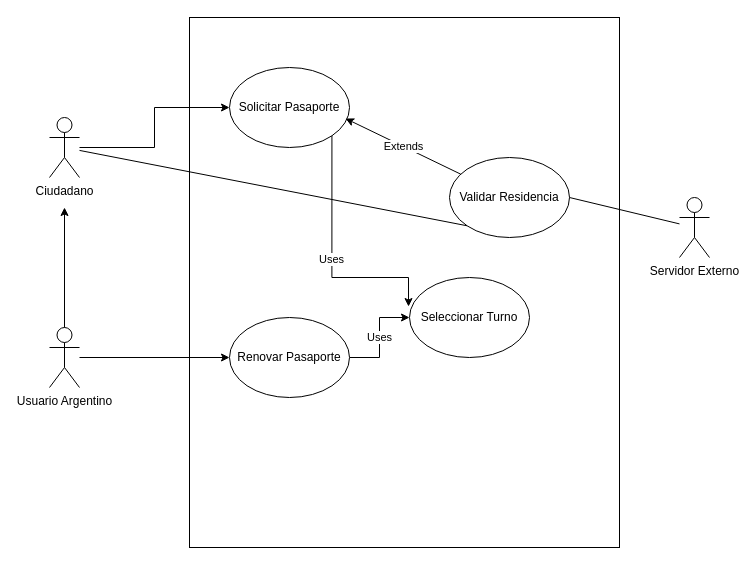
Before: parcial3.drawio in juansirai/ING1, a draw.io diagram. Source tidied: cells renumbered, new cells numbered last; positions are measured from the earlier drawing's top-left corner, leaving out a move shared by most shapes. Both pictures are drawn from the tidied source at 100%, with x=0, y=0 at pixel (49, 17).
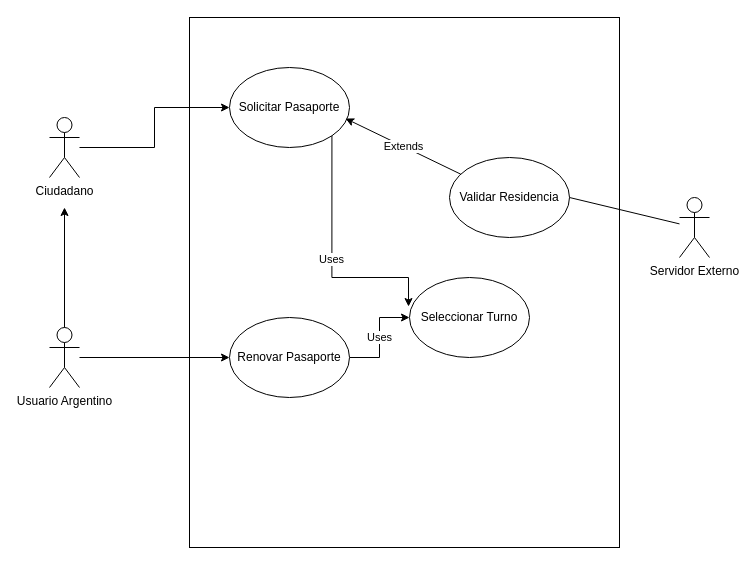
The same diagram, later.

The change refers to these unchanged cells:
```xml
<mxCell id="7" value="Ciudadano" style="shape=umlActor;verticalLabelPosition=bottom;verticalAlign=top;html=1;outlineConnect=0;" parent="1" vertex="1">
  <mxGeometry y="100" width="30" height="60" as="geometry" />
</mxCell>
<mxCell id="12" value="Validar Residencia" style="ellipse;whiteSpace=wrap;html=1;" parent="1" vertex="1">
  <mxGeometry x="400" y="140" width="120" height="80" as="geometry" />
</mxCell>
```

What changed in the source:
```diff
@@
-    <mxCell id="14" style="endArrow=none;html=1;rounded=0;entryX=0;entryY=1;entryDx=0;entryDy=0;endFill=0;" parent="1" edge="1" source="7" target="12">
-      <mxGeometry relative="1" as="geometry" />
-    </mxCell>
```
